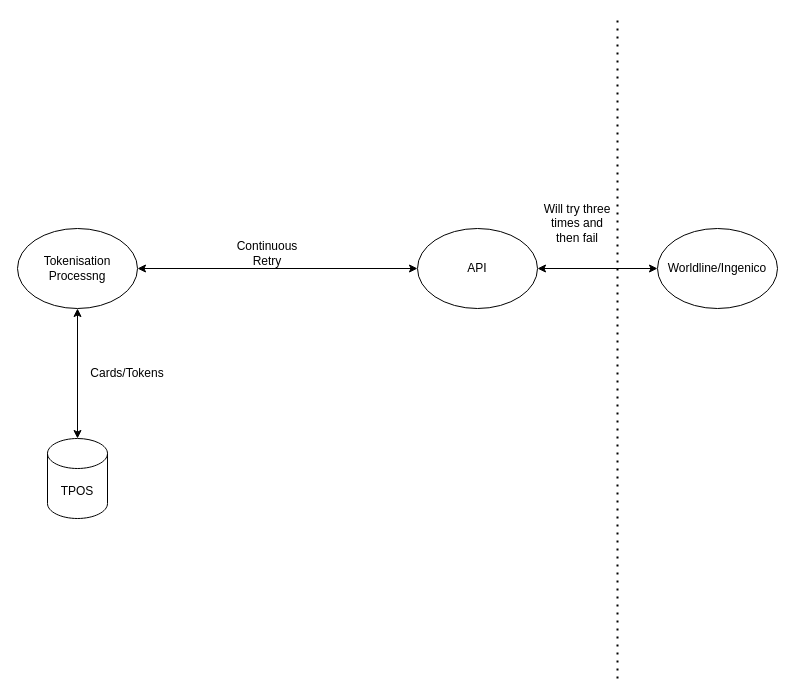
The draw.io diagram Untitled Diagram.drawio in mattwatts36/drawings, before the edit. Source tidied: cells renumbered, new cells numbered last; positions are measured from the earlier drawing's top-left corner, leaving out a move shared by most shapes. Both pictures are drawn from the tidied source at 100%, with x=0, y=0 at pixel (17, 18).
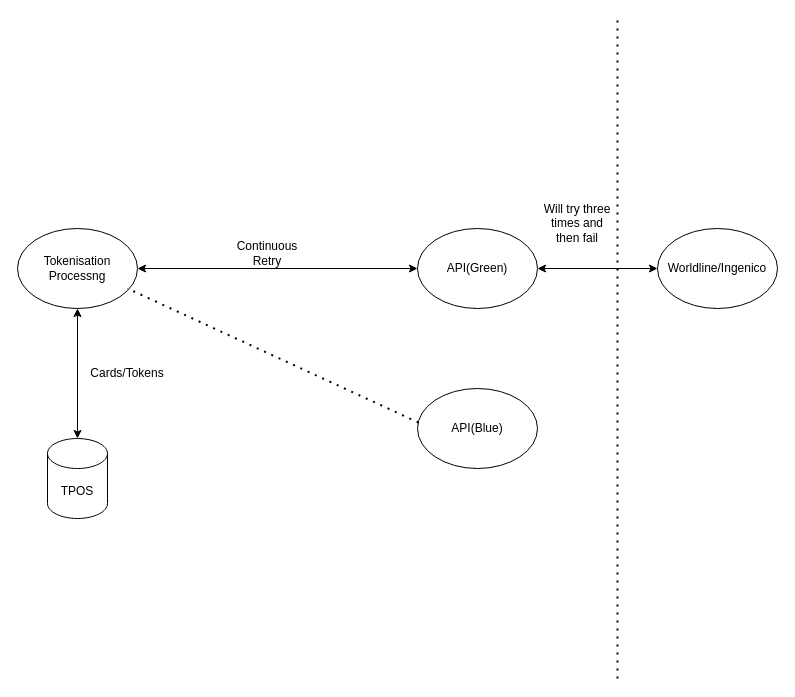
Above is the later version.

Commit message:
Green Blue Added

What changed in the source:
```diff
@@
 <mxGraphModel>
   <root>
     <mxCell id="0" />
     <mxCell id="1" parent="0" />
     <mxCell id="2" value="Tokenisation Processng" style="ellipse;whiteSpace=wrap;html=1;" parent="1" vertex="1">
       <mxGeometry y="210" width="120" height="80" as="geometry" />
     </mxCell>
     <mxCell id="3" value="TPOS" style="shape=cylinder3;whiteSpace=wrap;html=1;boundedLbl=1;backgroundOutline=1;size=15;" parent="1" vertex="1">
       <mxGeometry x="30" y="420" width="60" height="80" as="geometry" />
     </mxCell>
     <mxCell id="4" style="endArrow=classic;startArrow=classic;html=1;rounded=0;exitX=0.5;exitY=0;exitDx=0;exitDy=0;exitPerimeter=0;entryX=0.5;entryY=1;entryDx=0;entryDy=0;entryPerimeter=0;" parent="1" edge="1" source="3" target="2">
       <mxGeometry relative="1" as="geometry" />
     </mxCell>
     <mxCell id="5" value="Cards/Tokens" style="text;html=1;strokeColor=none;fillColor=none;align=center;verticalAlign=middle;whiteSpace=wrap;rounded=0;" parent="1" vertex="1">
       <mxGeometry x="80" y="340" width="60" height="30" as="geometry" />
     </mxCell>
-    <mxCell id="6" value="API" style="ellipse;whiteSpace=wrap;html=1;" parent="1" vertex="1">
+    <mxCell id="6" value="API(Green)" style="ellipse;whiteSpace=wrap;html=1;" parent="1" vertex="1">
       <mxGeometry x="400" y="210" width="120" height="80" as="geometry" />
     </mxCell>
     <mxCell id="7" style="endArrow=classic;startArrow=classic;html=1;rounded=0;entryX=0;entryY=0.5;entryDx=0;entryDy=0;" parent="1" edge="1" target="6">
       <mxGeometry relative="1" as="geometry">
         <mxPoint x="120" y="250" as="sourcePoint" />
       </mxGeometry>
     </mxCell>
     <mxCell id="8" value="Continuous Retry" style="text;html=1;strokeColor=none;fillColor=none;align=center;verticalAlign=middle;whiteSpace=wrap;rounded=0;" parent="1" vertex="1">
       <mxGeometry x="220" y="220" width="60" height="30" as="geometry" />
     </mxCell>
     <mxCell id="9" style="endArrow=none;dashed=1;html=1;dashPattern=1 3;strokeWidth=2;rounded=0;" parent="1" edge="1">
       <mxGeometry relative="1" as="geometry">
         <mxPoint x="600" y="660" as="sourcePoint" />
         <mxPoint x="600" as="targetPoint" />
       </mxGeometry>
     </mxCell>
     <mxCell id="10" value="Worldline/Ingenico" style="ellipse;whiteSpace=wrap;html=1;" parent="1" vertex="1">
       <mxGeometry x="640" y="210" width="120" height="80" as="geometry" />
     </mxCell>
     <mxCell id="11" style="endArrow=classic;startArrow=classic;html=1;rounded=0;exitX=1;exitY=0.5;exitDx=0;exitDy=0;entryX=0;entryY=0.5;entryDx=0;entryDy=0;" parent="1" edge="1" source="6" target="10">
       <mxGeometry relative="1" as="geometry" />
     </mxCell>
     <mxCell id="12" value="Will try three times and then fail" style="text;html=1;strokeColor=none;fillColor=none;align=center;verticalAlign=middle;whiteSpace=wrap;rounded=0;" parent="1" vertex="1">
       <mxGeometry x="520" y="190" width="80" height="30" as="geometry" />
     </mxCell>
+    <mxCell id="13" value="API(Blue)" style="ellipse;whiteSpace=wrap;html=1;" parent="1" vertex="1">
+      <mxGeometry x="400" y="370" width="120" height="80" as="geometry" />
+    </mxCell>
+    <mxCell id="14" style="endArrow=none;dashed=1;html=1;dashPattern=1 3;strokeWidth=2;rounded=0;exitX=0.008;exitY=0.425;exitDx=0;exitDy=0;exitPerimeter=0;" parent="1" edge="1" source="13">
+      <mxGeometry relative="1" as="geometry">
+        <mxPoint x="110" y="270" as="targetPoint" />
+      </mxGeometry>
+    </mxCell>
   </root>
 </mxGraphModel>
```
